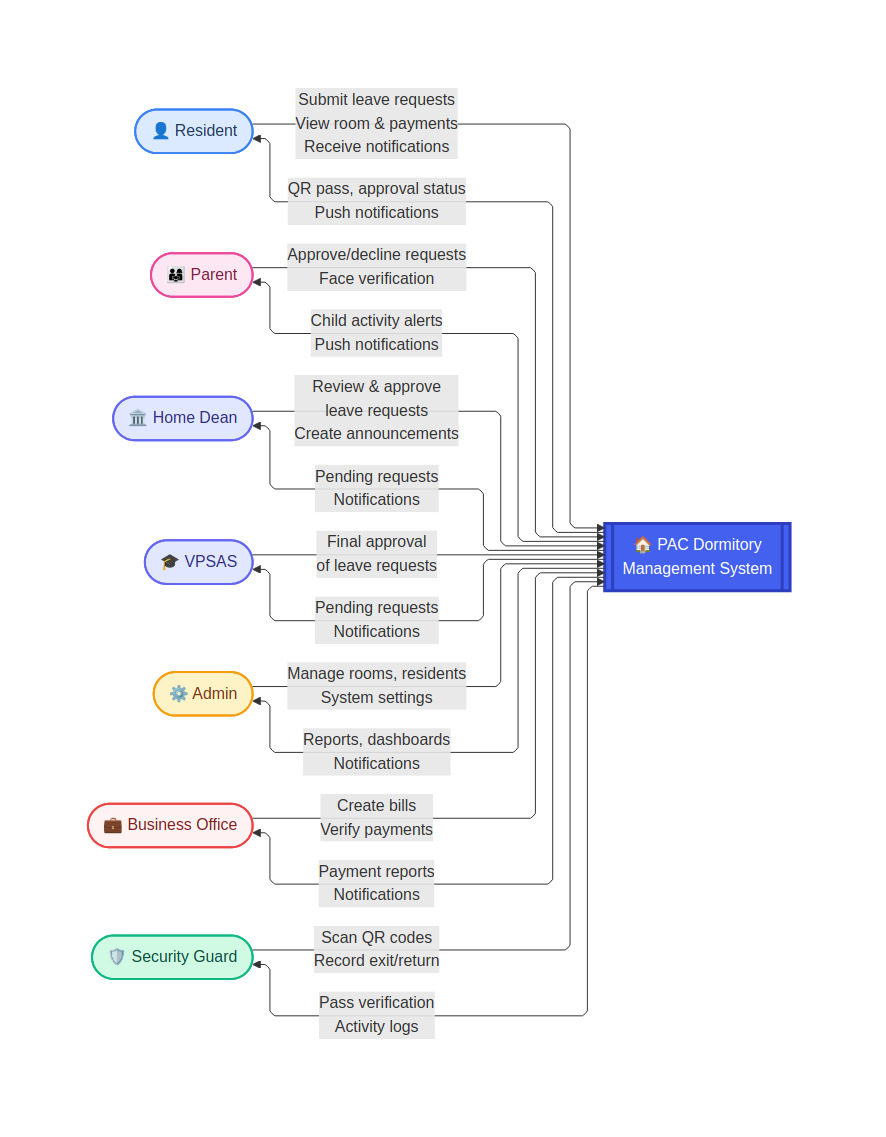
Above: docs/context-diagram.png in manuelortega13/dormitory-management-system (Mermaid), before the change. Its source is kept beside it as docs/context-diagram.mmd.
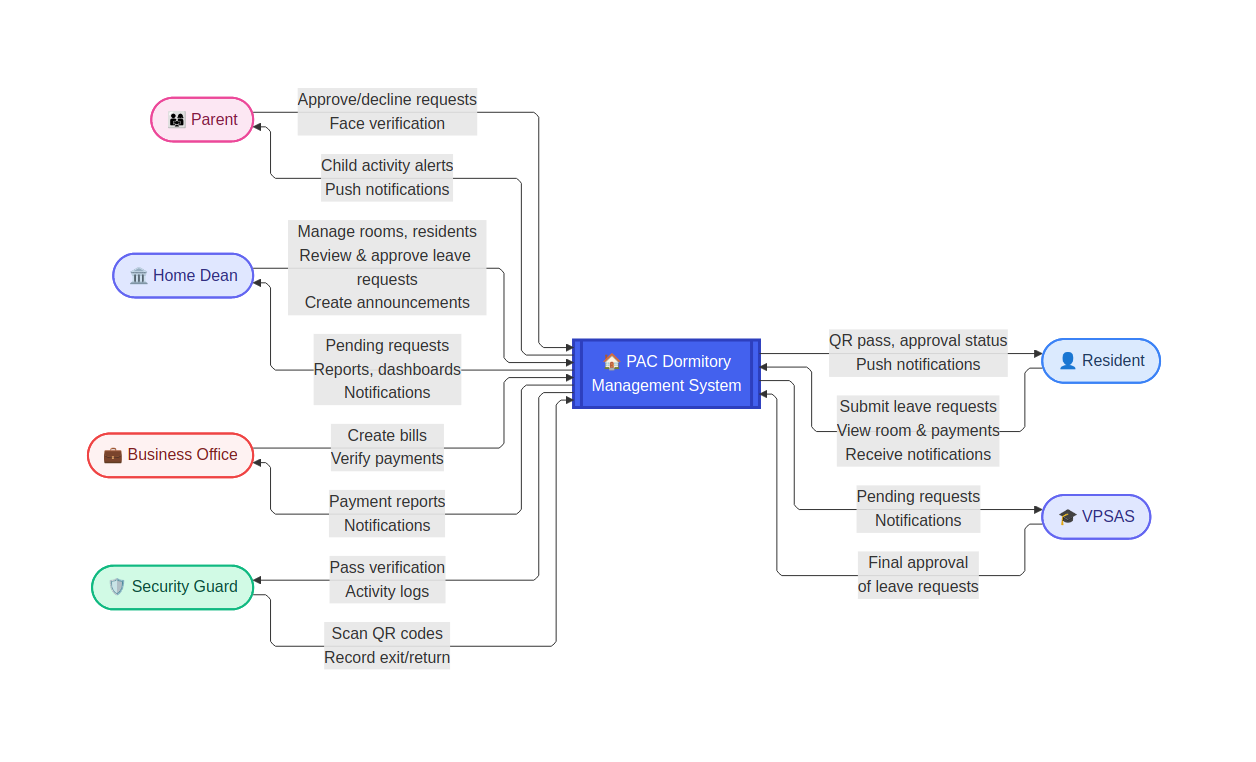
After the change.

The edit, as a diff of the source:
```diff
@@ -11,7 +11,6 @@
     Parent([👨‍👩‍👧 Parent])
     HomeDean([🏛️ Home Dean])
     VPSAS([🎓 VPSAS])
-    Admin([⚙️ Admin])
     BO([💼 Business Office])
     SecurityGuard([🛡️ Security Guard])
 
@@ -23,14 +22,11 @@
     Parent -->|Approve/decline requests<br/>Face verification| DMS
     DMS -->|Child activity alerts<br/>Push notifications| Parent
 
-    HomeDean -->|Review & approve<br/>leave requests<br/>Create announcements| DMS
-    DMS -->|Pending requests<br/>Notifications| HomeDean
+    HomeDean -->|Manage rooms, residents<br/>Review & approve leave requests<br/>Create announcements| DMS
+    DMS -->|Pending requests<br/>Reports, dashboards<br/>Notifications| HomeDean
 
     VPSAS -->|Final approval<br/>of leave requests| DMS
     DMS -->|Pending requests<br/>Notifications| VPSAS
-
-    Admin -->|Manage rooms, residents<br/>System settings| DMS
-    DMS -->|Reports, dashboards<br/>Notifications| Admin
 
     BO -->|Create bills<br/>Verify payments| DMS
     DMS -->|Payment reports<br/>Notifications| BO
@@ -43,6 +39,5 @@
     style Parent fill:#fce7f3,stroke:#ec4899,stroke-width:2px,color:#831843
     style HomeDean fill:#e0e7ff,stroke:#6366f1,stroke-width:2px,color:#312e81
     style VPSAS fill:#e0e7ff,stroke:#6366f1,stroke-width:2px,color:#312e81
-    style Admin fill:#fef3c7,stroke:#f59e0b,stroke-width:2px,color:#78350f
     style BO fill:#fef2f2,stroke:#ef4444,stroke-width:2px,color:#7f1d1d
     style SecurityGuard fill:#d1fae5,stroke:#10b981,stroke-width:2px,color:#064e3b
```
